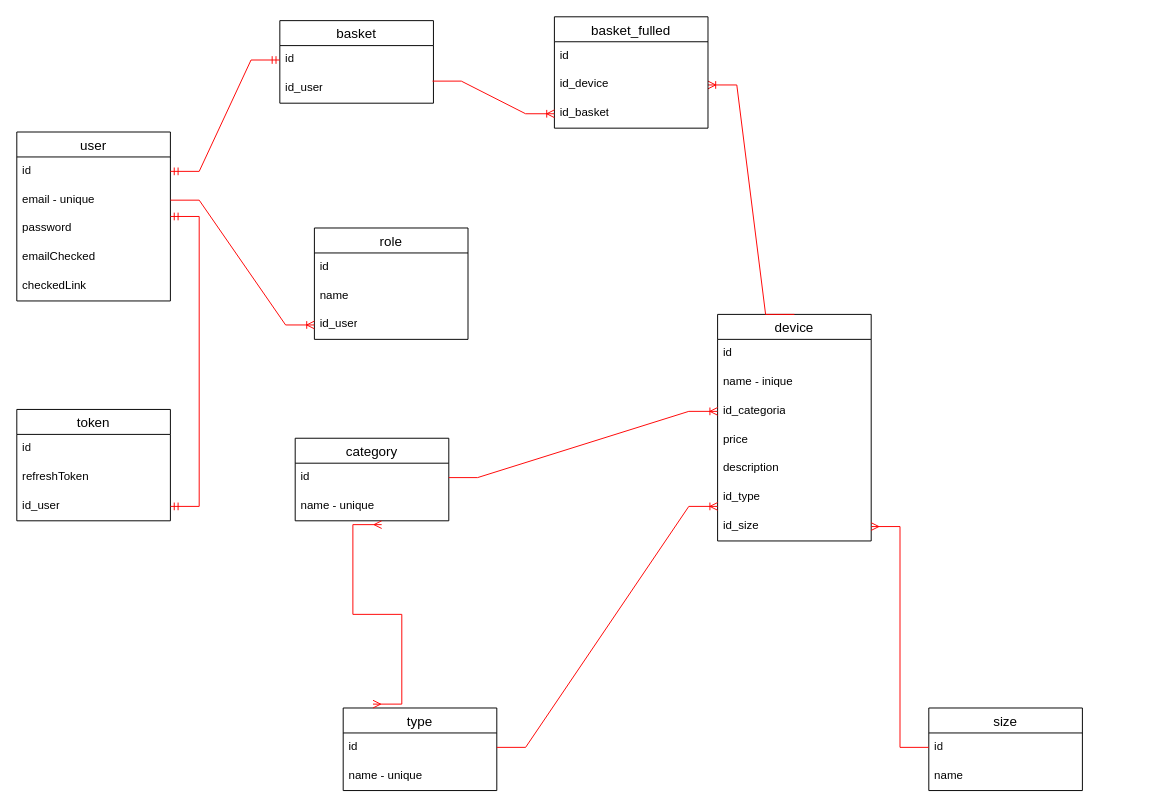
OlegGrn/draw_io keeps this draw.io diagram as shose.drawio. Above is the earlier version. Source tidied: cells renumbered, new cells numbered last; positions are measured from the earlier drawing's top-left corner, leaving out a move shared by most shapes. Both pictures are drawn from the tidied source at 96%, with x=0, y=0 at pixel (-22, 16).
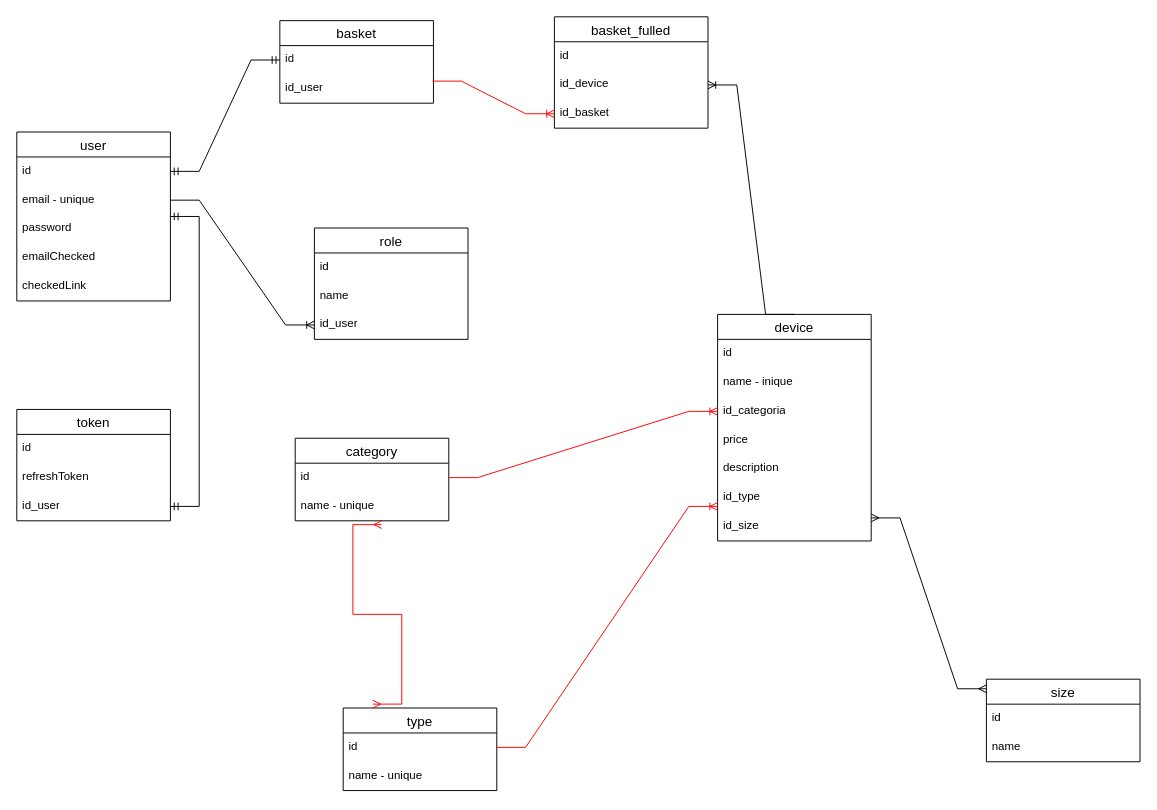
The same diagram, later.

Unchanged cells that the change refers to:
```xml
<mxCell id="2" value="user" style="swimlane;fontStyle=0;horizontal=1;startSize=26;align=center;fontSize=14;" parent="1" vertex="1">
  <mxGeometry x="40" y="120" width="160" height="176" as="geometry" />
</mxCell>
<mxCell id="3" value="id" style="text;strokeColor=none;fillColor=none;spacingLeft=4;spacingRight=4;overflow=hidden;points=[[0,0.5],[1,0.5]];portConstraint=eastwest;fontSize=12;whiteSpace=wrap;html=1;" parent="2" vertex="1">
  <mxGeometry y="26" width="160" height="30" as="geometry" />
</mxCell>
<mxCell id="4" value="email - unique" style="text;strokeColor=none;fillColor=none;spacingLeft=4;spacingRight=4;overflow=hidden;points=[[0,0.5],[1,0.5]];portConstraint=eastwest;fontSize=12;whiteSpace=wrap;html=1;" parent="2" vertex="1">
  <mxGeometry y="56" width="160" height="30" as="geometry" />
</mxCell>
<mxCell id="9" value="id" style="text;strokeColor=none;fillColor=none;spacingLeft=4;spacingRight=4;overflow=hidden;points=[[0,0.5],[1,0.5]];portConstraint=eastwest;fontSize=12;whiteSpace=wrap;html=1;" parent="8" vertex="1">
  <mxGeometry y="26" width="160" height="30" as="geometry" />
</mxCell>
<mxCell id="11" value="device" style="swimlane;fontStyle=0;horizontal=1;startSize=26;align=center;fontSize=14;" parent="1" vertex="1">
  <mxGeometry x="770" y="310" width="160" height="236" as="geometry" />
</mxCell>
<mxCell id="18" value="id_size" style="text;strokeColor=none;fillColor=none;spacingLeft=4;spacingRight=4;overflow=hidden;points=[[0,0.5],[1,0.5]];portConstraint=eastwest;fontSize=12;whiteSpace=wrap;html=1;" parent="11" vertex="1">
  <mxGeometry y="206" width="160" height="30" as="geometry" />
</mxCell>
<mxCell id="24" value="id" style="text;strokeColor=none;fillColor=none;spacingLeft=4;spacingRight=4;overflow=hidden;points=[[0,0.5],[1,0.5]];portConstraint=eastwest;fontSize=12;whiteSpace=wrap;html=1;" parent="23" vertex="1">
  <mxGeometry y="26" width="160" height="30" as="geometry" />
</mxCell>
<mxCell id="30" value="id_user" style="text;strokeColor=none;fillColor=none;spacingLeft=4;spacingRight=4;overflow=hidden;points=[[0,0.5],[1,0.5]];portConstraint=eastwest;fontSize=12;whiteSpace=wrap;html=1;" parent="27" vertex="1">
  <mxGeometry y="86" width="160" height="30" as="geometry" />
</mxCell>
<mxCell id="40" value="id_device" style="text;strokeColor=none;fillColor=none;spacingLeft=4;spacingRight=4;overflow=hidden;points=[[0,0.5],[1,0.5]];portConstraint=eastwest;fontSize=12;whiteSpace=wrap;html=1;" parent="38" vertex="1">
  <mxGeometry y="56" width="160" height="30" as="geometry" />
</mxCell>
<mxCell id="47" value="id_user" style="text;strokeColor=none;fillColor=none;spacingLeft=4;spacingRight=4;overflow=hidden;points=[[0,0.5],[1,0.5]];portConstraint=eastwest;fontSize=12;whiteSpace=wrap;html=1;" parent="44" vertex="1">
  <mxGeometry y="86" width="160" height="30" as="geometry" />
</mxCell>
```

Diff of the diagram source:
```diff
@@
     <mxCell id="23" value="size" style="swimlane;fontStyle=0;horizontal=1;startSize=26;align=center;fontSize=14;" parent="1" vertex="1">
-      <mxGeometry x="990" y="720" width="160" height="86" as="geometry" />
+      <mxGeometry x="1050" y="690" width="160" height="86" as="geometry" />
     </mxCell>
@@
-    <mxCell id="26" style="edgeStyle=entityRelationEdgeStyle;fontSize=12;html=1;endArrow=ERoneToMany;rounded=0;exitX=0.5;exitY=0;exitDx=0;exitDy=0;entryX=1;entryY=0.5;entryDx=0;entryDy=0;strokeColor=#FF0000;" parent="1" edge="1" source="11" target="40">
+    <mxCell id="26" style="edgeStyle=entityRelationEdgeStyle;fontSize=12;html=1;endArrow=ERoneToMany;rounded=0;exitX=0.5;exitY=0;exitDx=0;exitDy=0;entryX=1;entryY=0.5;entryDx=0;entryDy=0;strokeColor=#000000;" parent="1" edge="1" source="11" target="40">
       <mxGeometry relative="1" as="geometry" />
     </mxCell>
@@
-    <mxCell id="31" style="edgeStyle=entityRelationEdgeStyle;fontSize=12;html=1;endArrow=ERoneToMany;rounded=0;entryX=0;entryY=0.5;entryDx=0;entryDy=0;exitX=1;exitY=0.5;exitDx=0;exitDy=0;fillColor=#FF0000;strokeColor=#FF0000;" parent="1" edge="1" source="4" target="30">
+    <mxCell id="31" style="edgeStyle=entityRelationEdgeStyle;fontSize=12;html=1;endArrow=ERoneToMany;rounded=0;entryX=0;entryY=0.5;entryDx=0;entryDy=0;exitX=1;exitY=0.5;exitDx=0;exitDy=0;fillColor=#FF0000;strokeColor=#000000;" parent="1" edge="1" source="4" target="30">
       <mxGeometry relative="1" as="geometry" />
     </mxCell>
@@
-    <mxCell id="37" style="edgeStyle=entityRelationEdgeStyle;fontSize=12;html=1;endArrow=ERmany;rounded=0;exitX=0;exitY=0.5;exitDx=0;exitDy=0;entryX=1;entryY=0.5;entryDx=0;entryDy=0;strokeColor=#FF0000;" parent="1" edge="1" source="24" target="18">
-      <mxGeometry relative="1" as="geometry" />
-    </mxCell>
@@
-    <mxCell id="42" style="edgeStyle=entityRelationEdgeStyle;fontSize=12;html=1;endArrow=ERmandOne;startArrow=ERmandOne;rounded=0;entryX=0;entryY=0.5;entryDx=0;entryDy=0;exitX=1;exitY=0.5;exitDx=0;exitDy=0;strokeColor=#FF0000;" parent="1" edge="1" source="3" target="9">
+    <mxCell id="42" style="edgeStyle=entityRelationEdgeStyle;fontSize=12;html=1;endArrow=ERmandOne;startArrow=ERmandOne;rounded=0;entryX=0;entryY=0.5;entryDx=0;entryDy=0;exitX=1;exitY=0.5;exitDx=0;exitDy=0;strokeColor=#000000;" parent="1" edge="1" source="3" target="9">
       <mxGeometry relative="1" as="geometry" />
     </mxCell>
@@
-    <mxCell id="48" style="edgeStyle=entityRelationEdgeStyle;fontSize=12;html=1;endArrow=ERmandOne;startArrow=ERmandOne;rounded=0;exitX=1;exitY=0.5;exitDx=0;exitDy=0;strokeColor=#FF0000;" parent="1" edge="1" source="47" target="2">
+    <mxCell id="48" style="edgeStyle=entityRelationEdgeStyle;fontSize=12;html=1;endArrow=ERmandOne;startArrow=ERmandOne;rounded=0;exitX=1;exitY=0.5;exitDx=0;exitDy=0;strokeColor=#000000;" parent="1" edge="1" source="47" target="2">
       <mxGeometry relative="1" as="geometry">
         <Array as="points">
           <mxPoint y="180" />
         </Array>
       </mxGeometry>
     </mxCell>
+    <mxCell id="49" style="edgeStyle=entityRelationEdgeStyle;fontSize=12;html=1;endArrow=ERmany;startArrow=ERmany;rounded=0;entryX=0;entryY=0.116;entryDx=0;entryDy=0;entryPerimeter=0;" parent="1" edge="1" target="23">
+      <mxGeometry relative="1" as="geometry">
+        <mxPoint x="930" y="522" as="sourcePoint" />
+      </mxGeometry>
+    </mxCell>
```
